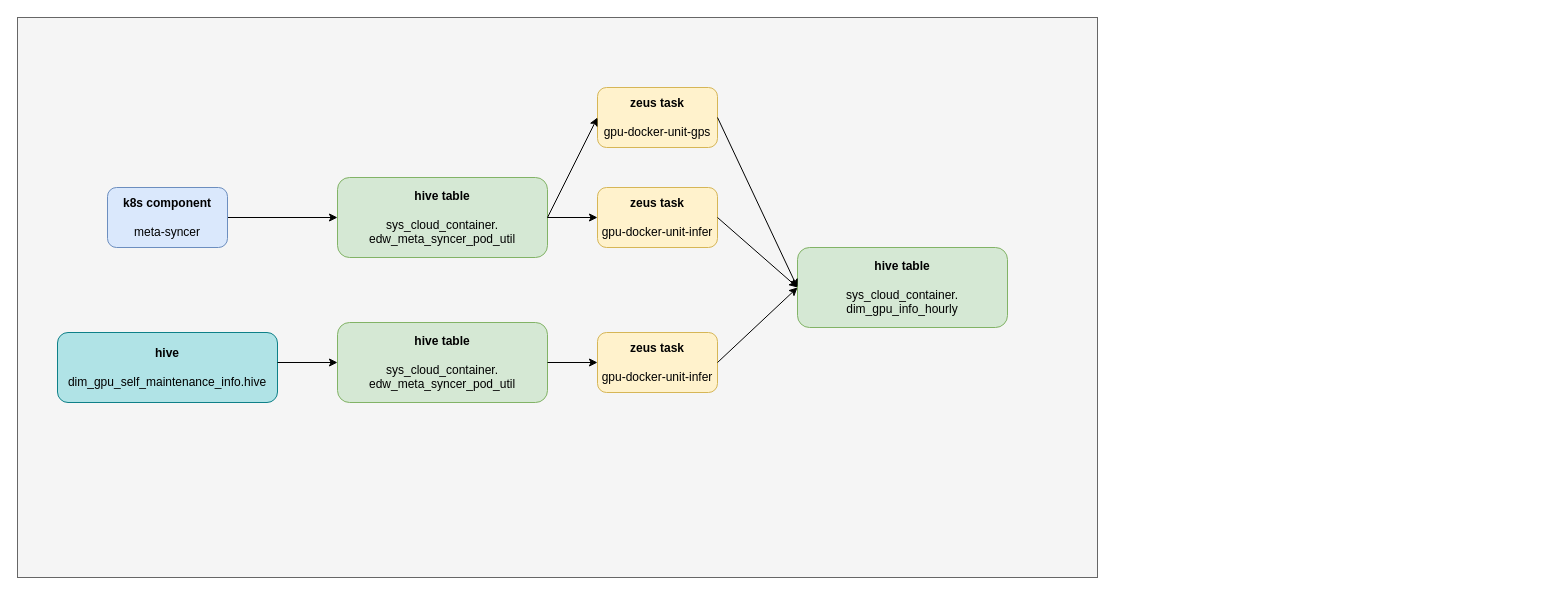
Before: finops-cost-insight-gpu-2.drawio in YanshanSong/draw.io, a draw.io diagram. Source tidied: cells renumbered, new cells numbered last; positions are measured from the earlier drawing's top-left corner, leaving out a move shared by most shapes. Both pictures are drawn from the tidied source at 100%, with x=0, y=0 at pixel (17, 17).
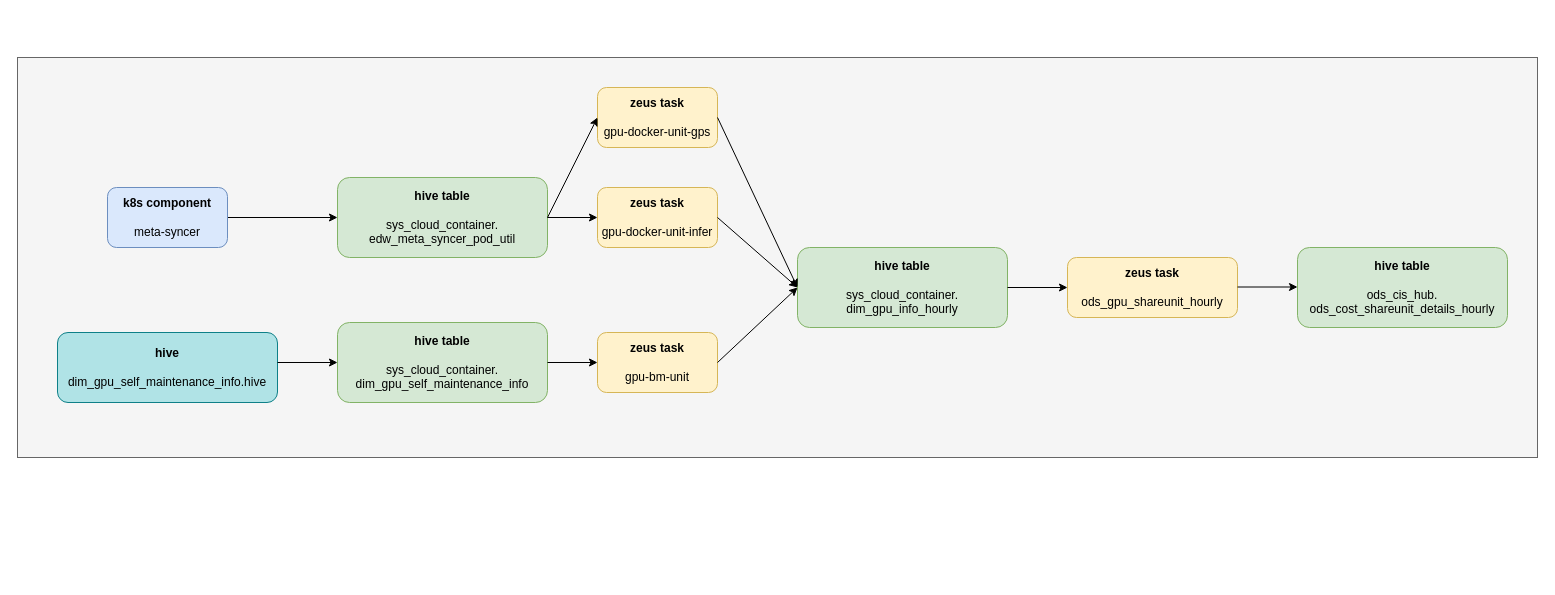
The same diagram, later.

The change refers to these unchanged cells:
```xml
<mxCell id="5" value="&lt;b&gt;hive table&lt;/b&gt;&lt;br&gt;&lt;br&gt;sys_cloud_container.&lt;br&gt;dim_gpu_info_hourly" style="rounded=1;whiteSpace=wrap;html=1;fillColor=#d5e8d4;strokeColor=#82b366;" parent="1" vertex="1">
  <mxGeometry x="780" y="230" width="210" height="80" as="geometry" />
</mxCell>
```

Diff of the diagram source:
```diff
@@
     <mxCell id="2" style="rounded=0;whiteSpace=wrap;html=1;fillColor=#f5f5f5;fontColor=#333333;strokeColor=#666666;" parent="1" vertex="1">
-      <mxGeometry width="1080" height="560" as="geometry" />
+      <mxGeometry y="40" width="1520" height="400" as="geometry" />
     </mxCell>
@@
-    <mxCell id="10" value="&lt;b&gt;hive table&lt;/b&gt;&lt;br&gt;&lt;br&gt;sys_cloud_container.&lt;br&gt;edw_meta_syncer_pod_util" style="rounded=1;whiteSpace=wrap;html=1;fillColor=#d5e8d4;strokeColor=#82b366;" parent="1" vertex="1">
+    <mxCell id="10" value="&lt;b&gt;hive table&lt;/b&gt;&lt;br&gt;&lt;br&gt;sys_cloud_container.&lt;br&gt;dim_gpu_self_maintenance_info" style="rounded=1;whiteSpace=wrap;html=1;fillColor=#d5e8d4;strokeColor=#82b366;" parent="1" vertex="1">
       <mxGeometry x="320" y="305" width="210" height="80" as="geometry" />
     </mxCell>
@@
-    <mxCell id="14" value="&lt;b&gt;zeus task&lt;/b&gt;&lt;br&gt;&lt;br&gt;gpu-docker-unit-infer" style="rounded=1;whiteSpace=wrap;html=1;fillColor=#fff2cc;strokeColor=#d6b656;" parent="1" vertex="1">
+    <mxCell id="14" value="&lt;b&gt;zeus task&lt;/b&gt;&lt;br&gt;&lt;br&gt;gpu-bm-unit" style="rounded=1;whiteSpace=wrap;html=1;fillColor=#fff2cc;strokeColor=#d6b656;" parent="1" vertex="1">
       <mxGeometry x="580" y="315" width="120" height="60" as="geometry" />
     </mxCell>
@@
+    <mxCell id="19" value="&lt;b&gt;zeus task&lt;/b&gt;&lt;br&gt;&lt;br&gt;ods_gpu_shareunit_hourly" style="rounded=1;whiteSpace=wrap;html=1;fillColor=#fff2cc;strokeColor=#d6b656;" parent="1" vertex="1">
+      <mxGeometry x="1050" y="240" width="170" height="60" as="geometry" />
+    </mxCell>
+    <mxCell id="20" style="endArrow=classic;html=1;rounded=0;exitX=1;exitY=0.5;exitDx=0;exitDy=0;entryX=0;entryY=0.5;entryDx=0;entryDy=0;" parent="1" edge="1" source="5" target="19">
+      <mxGeometry relative="1" as="geometry" />
+    </mxCell>
+    <mxCell id="21" value="&lt;b&gt;hive table&lt;/b&gt;&lt;br&gt;&lt;br&gt;ods_cis_hub.&lt;br&gt;ods_cost_shareunit_details_hourly" style="rounded=1;whiteSpace=wrap;html=1;fillColor=#d5e8d4;strokeColor=#82b366;" parent="1" vertex="1">
+      <mxGeometry x="1280" y="230" width="210" height="80" as="geometry" />
+    </mxCell>
+    <mxCell id="22" style="endArrow=classic;html=1;rounded=0;exitX=1;exitY=0.5;exitDx=0;exitDy=0;entryX=0;entryY=0.5;entryDx=0;entryDy=0;" parent="1" edge="1">
+      <mxGeometry relative="1" as="geometry">
+        <mxPoint x="1220" y="269.5" as="sourcePoint" />
+        <mxPoint x="1280" y="269.5" as="targetPoint" />
+      </mxGeometry>
+    </mxCell>
```
